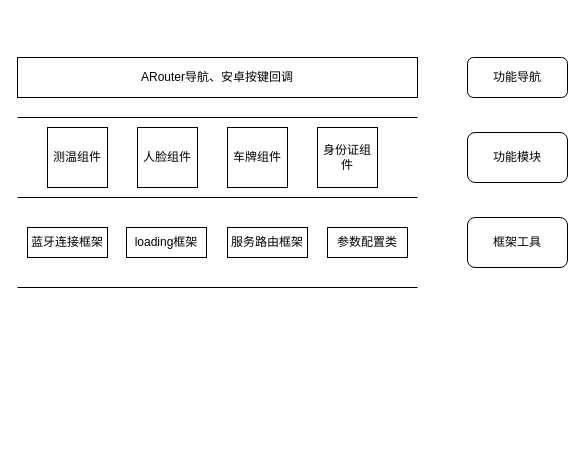
Earlier version of the draw.io diagram 头盔软件开发视图.drawio (ColonelDarcy2018/excelsior). Source tidied: cells renumbered, new cells numbered last; positions are measured from the earlier drawing's top-left corner, leaving out a move shared by most shapes. Both pictures are drawn from the tidied source at 100%, with x=0, y=0 at pixel (17, 57).
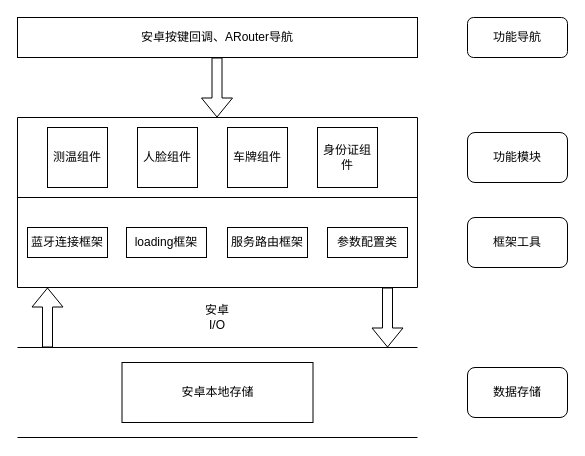
The same page after the edit.

Commit message (it also covers changes not shown here):
Update 头盔软件开发视图.drawio

Diff of the diagram source:
```diff
@@
-    <mxCell id="2" value="ARouter导航、安卓按键回调" style="rounded=0;whiteSpace=wrap;html=1;" parent="1" vertex="1">
-      <mxGeometry width="400" height="40" as="geometry" />
+    <mxCell id="2" value="安卓按键回调、ARouter导航" style="rounded=0;whiteSpace=wrap;html=1;" parent="1" vertex="1">
+      <mxGeometry y="-40" width="400" height="40" as="geometry" />
     </mxCell>
@@
     <mxCell id="9" value="功能导航" style="rounded=1;whiteSpace=wrap;html=1;" parent="1" vertex="1">
-      <mxGeometry x="450" width="100" height="40" as="geometry" />
+      <mxGeometry x="450" y="-40" width="100" height="40" as="geometry" />
     </mxCell>
@@
+    <mxCell id="17" style="endArrow=none;html=1;" parent="1" edge="1">
+      <mxGeometry relative="1" as="geometry">
+        <mxPoint y="380" as="sourcePoint" />
+        <mxPoint x="400" y="380" as="targetPoint" />
+      </mxGeometry>
+    </mxCell>
+    <mxCell id="18" value="数据存储" style="rounded=1;whiteSpace=wrap;html=1;" parent="1" vertex="1">
+      <mxGeometry x="450" y="310" width="100" height="50" as="geometry" />
+    </mxCell>
+    <mxCell id="19" value="安卓本地存储" style="rounded=0;whiteSpace=wrap;html=1;" parent="1" vertex="1">
+      <mxGeometry x="104.5" y="305" width="191" height="60" as="geometry" />
+    </mxCell>
+    <mxCell id="20" style="endArrow=none;html=1;" parent="1" edge="1">
+      <mxGeometry relative="1" as="geometry">
+        <mxPoint y="290" as="sourcePoint" />
+        <mxPoint x="400" y="290" as="targetPoint" />
+      </mxGeometry>
+    </mxCell>
+    <mxCell id="21" style="shape=flexArrow;endArrow=classic;html=1;" parent="1" edge="1">
+      <mxGeometry relative="1" as="geometry">
+        <mxPoint x="30" y="290" as="sourcePoint" />
+        <mxPoint x="30" y="230" as="targetPoint" />
+      </mxGeometry>
+    </mxCell>
+    <mxCell id="22" style="shape=flexArrow;endArrow=none;html=1;startArrow=block;endFill=0;" parent="1" edge="1">
+      <mxGeometry relative="1" as="geometry">
+        <mxPoint x="370" y="290" as="sourcePoint" />
+        <mxPoint x="370" y="230" as="targetPoint" />
+      </mxGeometry>
+    </mxCell>
+    <mxCell id="23" value="安卓I/O" style="text;html=1;strokeColor=none;fillColor=none;align=center;verticalAlign=middle;whiteSpace=wrap;rounded=0;" parent="1" vertex="1">
+      <mxGeometry x="180" y="250" width="40" height="20" as="geometry" />
+    </mxCell>
+    <mxCell id="24" style="endArrow=none;html=1;strokeColor=#000000;" parent="1" edge="1">
+      <mxGeometry relative="1" as="geometry">
+        <mxPoint y="230" as="sourcePoint" />
+        <mxPoint y="60" as="targetPoint" />
+      </mxGeometry>
+    </mxCell>
+    <mxCell id="25" style="endArrow=none;html=1;strokeColor=#000000;" parent="1" edge="1">
+      <mxGeometry relative="1" as="geometry">
+        <mxPoint x="400" y="230" as="sourcePoint" />
+        <mxPoint x="400" y="60" as="targetPoint" />
+      </mxGeometry>
+    </mxCell>
+    <mxCell id="26" style="shape=flexArrow;endArrow=none;html=1;startArrow=block;endFill=0;" parent="1" edge="1">
+      <mxGeometry relative="1" as="geometry">
+        <mxPoint x="199.5" y="60" as="sourcePoint" />
+        <mxPoint x="199.5" as="targetPoint" />
+      </mxGeometry>
+    </mxCell>
```
